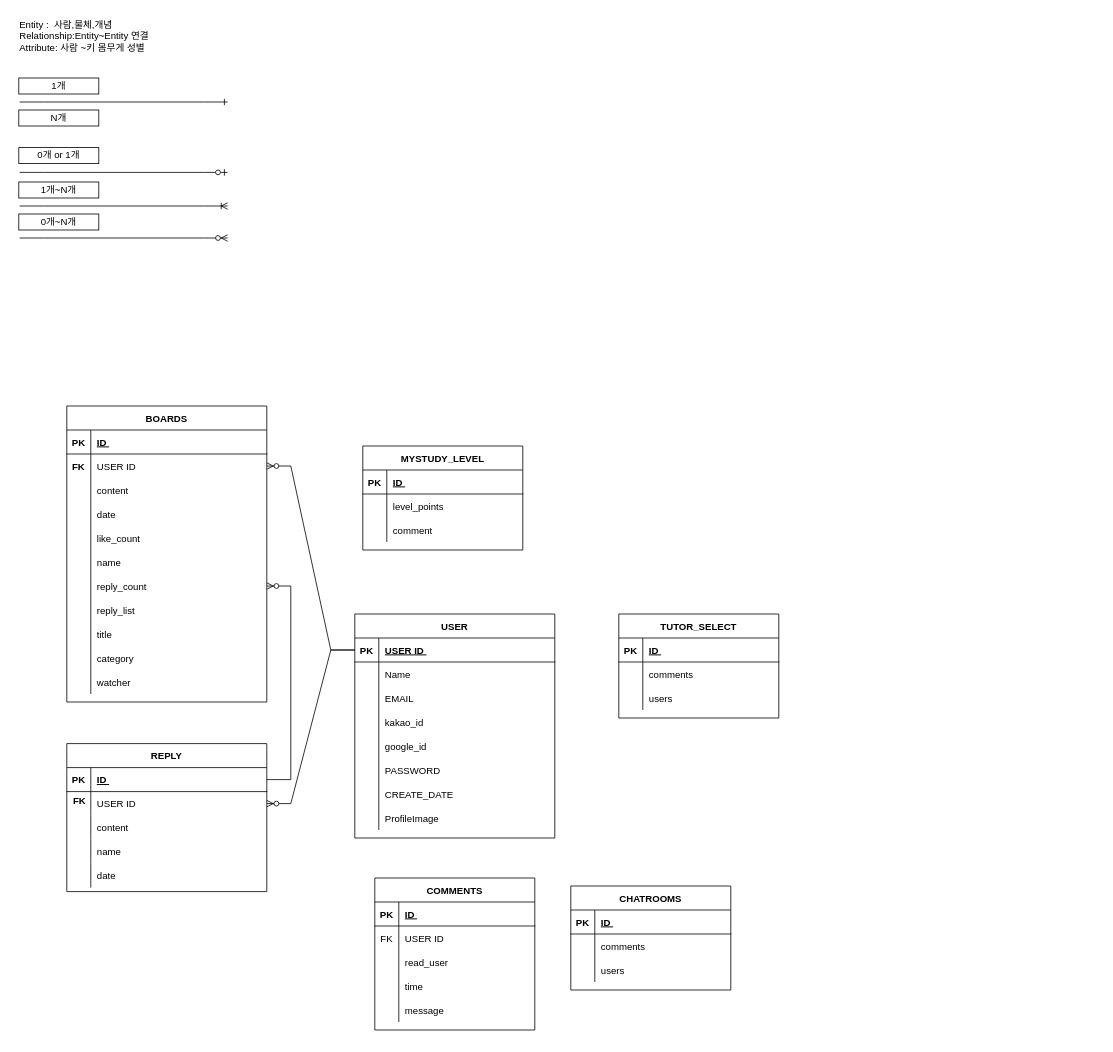
Above: 제목 없는 다이어그램.drawio in EUNHO5980/test (draw.io), before the change. Source tidied: cells renumbered, new cells numbered last; positions are measured from the earlier drawing's top-left corner, leaving out a move shared by most shapes. Both pictures are drawn from the tidied source at 80%, with x=0, y=0 at pixel (-758, 14).
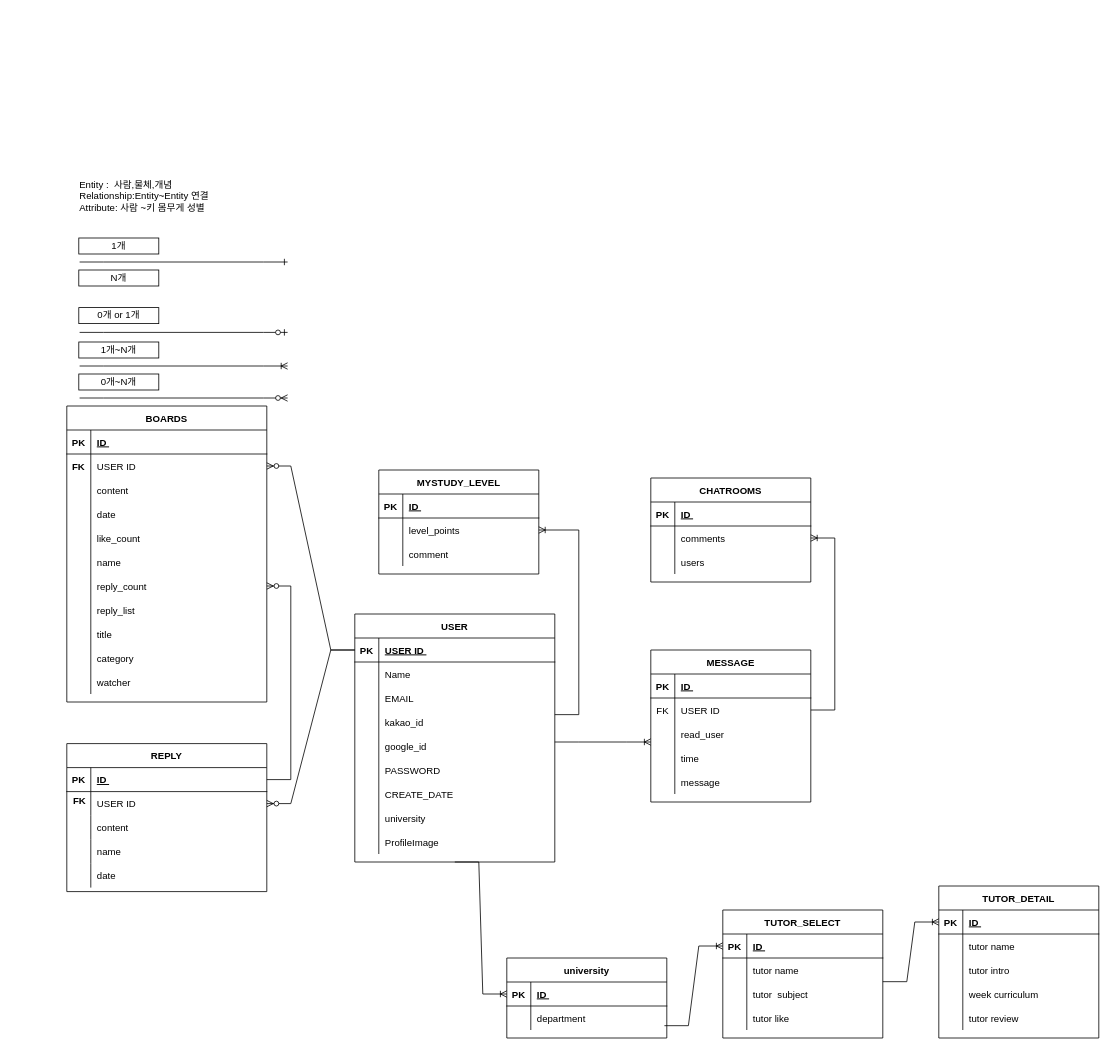
The same diagram, later.

Commit message:
제목 없는 다이어그램.drawio 업데이트

Unchanged cells that the change refers to:
```xml
<mxCell id="99" style="shape=partialRectangle;fillColor=none;points=[[0,0.5],[1,0.5]];portConstraint=eastwest;top=0;left=0;right=0;bottom=0;" parent="95" vertex="1">
  <mxGeometry y="60" width="200" height="30" as="geometry" />
</mxCell>
<mxCell id="109" style="shape=partialRectangle;fillColor=none;points=[[0,0.5],[1,0.5]];portConstraint=eastwest;top=0;left=0;right=0;bottom=0;" parent="105" vertex="1">
  <mxGeometry y="60" width="200" height="30" as="geometry" />
</mxCell>
<mxCell id="125" style="shape=partialRectangle;fillColor=none;points=[[0,0.5],[1,0.5]];portConstraint=eastwest;top=0;left=0;right=0;bottom=0;" parent="121" vertex="1">
  <mxGeometry y="60" width="200" height="30" as="geometry" />
</mxCell>
<mxCell id="132" style="shape=partialRectangle;fillColor=none;points=[[0,0.5],[1,0.5]];portConstraint=eastwest;top=0;left=0;right=0;bottom=1;" parent="131" vertex="1">
  <mxGeometry y="30" width="200" height="30" as="geometry" />
</mxCell>
<mxCell id="135" style="shape=partialRectangle;fillColor=none;top=0;left=0;right=0;bottom=0;" parent="131" vertex="1">
  <mxGeometry y="60" width="200" height="30" as="geometry" />
</mxCell>
```

Change to the diagram source:
```diff
@@
     <mxCell id="2" value="USER" style="shape=table;startSize=30;childLayout=tableLayout;rowLines=0;fontStyle=1;align=center;" parent="1" vertex="1">
-      <mxGeometry x="1390" y="750" width="250" height="280" as="geometry" />
+      <mxGeometry x="1390" y="750" width="250" height="310" as="geometry" />
     </mxCell>
@@
+    <mxCell id="141" style="shape=partialRectangle;fillColor=none;top=0;left=0;right=0;bottom=0;" parent="2" vertex="1">
+      <mxGeometry y="240" width="250" height="30" as="geometry" />
+    </mxCell>
+    <mxCell id="142" style="shape=partialRectangle;overflow=hidden;fillColor=none;top=0;left=0;bottom=0;right=0;" parent="141" vertex="1">
+      <mxGeometry width="30" height="30" as="geometry" />
+    </mxCell>
+    <mxCell id="143" value="university" style="shape=partialRectangle;overflow=hidden;fillColor=none;top=0;left=0;bottom=0;right=0;align=left;spacingLeft=6;" parent="141" vertex="1">
+      <mxGeometry x="30" width="220" height="30" as="geometry" />
+    </mxCell>
     <mxCell id="24" style="shape=partialRectangle;fillColor=none;top=0;left=0;right=0;bottom=0;" parent="2" vertex="1">
-      <mxGeometry y="240" width="250" height="30" as="geometry" />
+      <mxGeometry y="270" width="250" height="30" as="geometry" />
     </mxCell>
@@
     <mxCell id="27" style="edgeStyle=entityRelationEdgeStyle;fontSize=12;html=1;endArrow=ERone;endFill=1;rounded=0;" parent="1" edge="1">
       <mxGeometry relative="1" as="geometry">
-        <mxPoint x="971" y="110" as="sourcePoint" />
-        <mxPoint x="1231" y="110" as="targetPoint" />
+        <mxPoint x="1046" y="310" as="sourcePoint" />
+        <mxPoint x="1306" y="310" as="targetPoint" />
       </mxGeometry>
     </mxCell>
     <mxCell id="28" style="edgeStyle=entityRelationEdgeStyle;fontSize=12;html=1;endArrow=ERoneToMany;rounded=0;" parent="1" edge="1">
       <mxGeometry relative="1" as="geometry">
-        <mxPoint x="971" y="240" as="sourcePoint" />
-        <mxPoint x="1231" y="240" as="targetPoint" />
+        <mxPoint x="1046" y="440" as="sourcePoint" />
+        <mxPoint x="1306" y="440" as="targetPoint" />
       </mxGeometry>
     </mxCell>
     <mxCell id="29" style="edgeStyle=entityRelationEdgeStyle;fontSize=12;html=1;endArrow=ERzeroToMany;endFill=1;rounded=0;" parent="1" edge="1">
       <mxGeometry relative="1" as="geometry">
-        <mxPoint x="971" y="280" as="sourcePoint" />
-        <mxPoint x="1231" y="280" as="targetPoint" />
+        <mxPoint x="1046" y="480" as="sourcePoint" />
+        <mxPoint x="1306" y="480" as="targetPoint" />
       </mxGeometry>
     </mxCell>
     <mxCell id="30" style="edgeStyle=entityRelationEdgeStyle;fontSize=12;html=1;endArrow=ERzeroToOne;endFill=1;rounded=0;" parent="1" edge="1">
       <mxGeometry relative="1" as="geometry">
-        <mxPoint x="971" y="198" as="sourcePoint" />
-        <mxPoint x="1231" y="198" as="targetPoint" />
+        <mxPoint x="1046" y="398" as="sourcePoint" />
+        <mxPoint x="1306" y="398" as="targetPoint" />
       </mxGeometry>
     </mxCell>
     <mxCell id="31" value="1개&lt;br&gt;" style="whiteSpace=wrap;html=1;align=center;" parent="1" vertex="1">
-      <mxGeometry x="970" y="80" width="100" height="20" as="geometry" />
+      <mxGeometry x="1045" y="280" width="100" height="20" as="geometry" />
     </mxCell>
     <mxCell id="32" value="0개 or 1개" style="whiteSpace=wrap;html=1;align=center;" parent="1" vertex="1">
-      <mxGeometry x="970" y="167" width="100" height="20" as="geometry" />
+      <mxGeometry x="1045" y="367" width="100" height="20" as="geometry" />
     </mxCell>
     <mxCell id="33" value="N개" style="whiteSpace=wrap;html=1;align=center;" parent="1" vertex="1">
-      <mxGeometry x="970" y="120" width="100" height="20" as="geometry" />
+      <mxGeometry x="1045" y="320" width="100" height="20" as="geometry" />
     </mxCell>
     <mxCell id="34" value="1개~N개" style="whiteSpace=wrap;html=1;align=center;" parent="1" vertex="1">
-      <mxGeometry x="970" y="210" width="100" height="20" as="geometry" />
+      <mxGeometry x="1045" y="410" width="100" height="20" as="geometry" />
     </mxCell>
     <mxCell id="35" value="0개~N개" style="whiteSpace=wrap;html=1;align=center;" parent="1" vertex="1">
-      <mxGeometry x="970" y="250" width="100" height="20" as="geometry" />
+      <mxGeometry x="1045" y="450" width="100" height="20" as="geometry" />
     </mxCell>
     <mxCell id="36" value="&lt;div style=&quot;text-align: left;&quot;&gt;&lt;span style=&quot;background-color: initial; text-align: left;&quot;&gt;Entity :&amp;nbsp; 사람,물체,개념 Relationship:Entity~Entity 연결 Attribute: 사람 ~키 몸무게 성별&lt;/span&gt;&lt;/div&gt;&lt;div title=&quot;Page 1&quot; class=&quot;page&quot;&gt;&lt;span style=&quot;white-space: pre;&quot;&gt;&amp;nbsp;&amp;nbsp;&amp;nbsp;&amp;nbsp;&lt;/span&gt;&lt;span style=&quot;white-space: pre;&quot;&gt;&amp;nbsp;&lt;/span&gt;&lt;/div&gt;" style="whiteSpace=wrap;html=1;align=center;strokeColor=none;" parent="1" vertex="1">
-      <mxGeometry x="970" width="180" height="70" as="geometry" />
+      <mxGeometry x="1045" y="200" width="180" height="70" as="geometry" />
     </mxCell>
@@
     <mxCell id="95" value="CHATROOMS" style="shape=table;startSize=30;childLayout=tableLayout;rowLines=0;fontStyle=1;align=center;" parent="1" vertex="1">
-      <mxGeometry x="1660" y="1090" width="200" height="130" as="geometry" />
+      <mxGeometry x="1760" y="580" width="200" height="130" as="geometry" />
     </mxCell>
@@
-    <mxCell id="105" value="COMMENTS" style="shape=table;startSize=30;childLayout=tableLayout;rowLines=0;fontStyle=1;align=center;" parent="1" vertex="1">
-      <mxGeometry x="1415" y="1080" width="200" height="190" as="geometry" />
+    <mxCell id="105" value="MESSAGE" style="shape=table;startSize=30;childLayout=tableLayout;rowLines=0;fontStyle=1;align=center;" parent="1" vertex="1">
+      <mxGeometry x="1760" y="795" width="200" height="190" as="geometry" />
     </mxCell>
@@
     <mxCell id="121" value="MYSTUDY_LEVEL" style="shape=table;startSize=30;childLayout=tableLayout;rowLines=0;fontStyle=1;align=center;" parent="1" vertex="1">
-      <mxGeometry x="1400" y="540" width="200" height="130" as="geometry" />
+      <mxGeometry x="1420" y="570" width="200" height="130" as="geometry" />
     </mxCell>
@@
     <mxCell id="131" value="TUTOR_SELECT" style="shape=table;startSize=30;childLayout=tableLayout;rowLines=0;fontStyle=1;align=center;" parent="1" vertex="1">
-      <mxGeometry x="1720" y="750" width="200" height="130" as="geometry" />
+      <mxGeometry x="1850" y="1120" width="200" height="160" as="geometry" />
     </mxCell>
@@
-    <mxCell id="137" value="comments" style="shape=partialRectangle;overflow=hidden;fillColor=none;top=0;left=0;bottom=0;right=0;align=left;spacingLeft=6;" parent="135" vertex="1">
+    <mxCell id="137" value="tutor name" style="shape=partialRectangle;overflow=hidden;fillColor=none;top=0;left=0;bottom=0;right=0;align=left;spacingLeft=6;" parent="135" vertex="1">
       <mxGeometry x="30" width="170" height="30" as="geometry" />
     </mxCell>
+    <mxCell id="144" style="shape=partialRectangle;fillColor=none;top=0;left=0;right=0;bottom=0;" parent="131" vertex="1">
+      <mxGeometry y="90" width="200" height="30" as="geometry" />
+    </mxCell>
+    <mxCell id="145" style="shape=partialRectangle;overflow=hidden;fillColor=none;top=0;left=0;bottom=0;right=0;" parent="144" vertex="1">
+      <mxGeometry width="30" height="30" as="geometry" />
+    </mxCell>
+    <mxCell id="146" value="tutor  subject" style="shape=partialRectangle;overflow=hidden;fillColor=none;top=0;left=0;bottom=0;right=0;align=left;spacingLeft=6;" parent="144" vertex="1">
+      <mxGeometry x="30" width="170" height="30" as="geometry" />
+    </mxCell>
     <mxCell id="138" style="shape=partialRectangle;fillColor=none;top=0;left=0;right=0;bottom=0;" parent="131" vertex="1">
-      <mxGeometry y="90" width="200" height="30" as="geometry" />
+      <mxGeometry y="120" width="200" height="30" as="geometry" />
     </mxCell>
@@
-    <mxCell id="140" value="users" style="shape=partialRectangle;overflow=hidden;fillColor=none;top=0;left=0;bottom=0;right=0;align=left;spacingLeft=6;" parent="138" vertex="1">
+    <mxCell id="140" value="tutor like" style="shape=partialRectangle;overflow=hidden;fillColor=none;top=0;left=0;bottom=0;right=0;align=left;spacingLeft=6;" parent="138" vertex="1">
       <mxGeometry x="30" width="170" height="30" as="geometry" />
     </mxCell>
+    <mxCell id="147" value="TUTOR_DETAIL" style="shape=table;startSize=30;childLayout=tableLayout;rowLines=0;fontStyle=1;align=center;" parent="1" vertex="1">
+      <mxGeometry x="2120" y="1090" width="200" height="190" as="geometry" />
+    </mxCell>
+    <mxCell id="148" style="shape=partialRectangle;fillColor=none;points=[[0,0.5],[1,0.5]];portConstraint=eastwest;top=0;left=0;right=0;bottom=1;" parent="147" vertex="1">
+      <mxGeometry y="30" width="200" height="30" as="geometry" />
+    </mxCell>
+    <mxCell id="149" value="PK" style="shape=partialRectangle;overflow=hidden;fillColor=none;top=0;left=0;bottom=0;right=0;fontStyle=1;" parent="148" vertex="1">
+      <mxGeometry width="30" height="30" as="geometry" />
+    </mxCell>
+    <mxCell id="150" value="ID " style="shape=partialRectangle;overflow=hidden;fillColor=none;top=0;left=0;bottom=0;right=0;align=left;spacingLeft=6;fontStyle=5;" parent="148" vertex="1">
+      <mxGeometry x="30" width="170" height="30" as="geometry" />
+    </mxCell>
+    <mxCell id="151" style="shape=partialRectangle;fillColor=none;top=0;left=0;right=0;bottom=0;" parent="147" vertex="1">
+      <mxGeometry y="60" width="200" height="30" as="geometry" />
+    </mxCell>
+    <mxCell id="152" style="shape=partialRectangle;overflow=hidden;fillColor=none;top=0;left=0;bottom=0;right=0;" parent="151" vertex="1">
+      <mxGeometry width="30" height="30" as="geometry" />
+    </mxCell>
+    <mxCell id="153" value="tutor name" style="shape=partialRectangle;overflow=hidden;fillColor=none;top=0;left=0;bottom=0;right=0;align=left;spacingLeft=6;" parent="151" vertex="1">
+      <mxGeometry x="30" width="170" height="30" as="geometry" />
+    </mxCell>
+    <mxCell id="154" style="shape=partialRectangle;fillColor=none;top=0;left=0;right=0;bottom=0;" parent="147" vertex="1">
+      <mxGeometry y="90" width="200" height="30" as="geometry" />
+    </mxCell>
+    <mxCell id="155" style="shape=partialRectangle;overflow=hidden;fillColor=none;top=0;left=0;bottom=0;right=0;" parent="154" vertex="1">
+      <mxGeometry width="30" height="30" as="geometry" />
+    </mxCell>
+    <mxCell id="156" value="tutor intro" style="shape=partialRectangle;overflow=hidden;fillColor=none;top=0;left=0;bottom=0;right=0;align=left;spacingLeft=6;" parent="154" vertex="1">
+      <mxGeometry x="30" width="170" height="30" as="geometry" />
+    </mxCell>
+    <mxCell id="157" style="shape=partialRectangle;fillColor=none;top=0;left=0;right=0;bottom=0;" parent="147" vertex="1">
+      <mxGeometry y="120" width="200" height="30" as="geometry" />
+    </mxCell>
+    <mxCell id="158" style="shape=partialRectangle;overflow=hidden;fillColor=none;top=0;left=0;bottom=0;right=0;" parent="157" vertex="1">
+      <mxGeometry width="30" height="30" as="geometry" />
+    </mxCell>
+    <mxCell id="159" value="week curriculum" style="shape=partialRectangle;overflow=hidden;fillColor=none;top=0;left=0;bottom=0;right=0;align=left;spacingLeft=6;" parent="157" vertex="1">
+      <mxGeometry x="30" width="170" height="30" as="geometry" />
+    </mxCell>
+    <mxCell id="160" style="shape=partialRectangle;fillColor=none;top=0;left=0;right=0;bottom=0;" parent="147" vertex="1">
+      <mxGeometry y="150" width="200" height="30" as="geometry" />
+    </mxCell>
+    <mxCell id="161" style="shape=partialRectangle;overflow=hidden;fillColor=none;top=0;left=0;bottom=0;right=0;" parent="160" vertex="1">
+      <mxGeometry width="30" height="30" as="geometry" />
+    </mxCell>
+    <mxCell id="162" value="tutor review" style="shape=partialRectangle;overflow=hidden;fillColor=none;top=0;left=0;bottom=0;right=0;align=left;spacingLeft=6;" parent="160" vertex="1">
+      <mxGeometry x="30" width="170" height="30" as="geometry" />
+    </mxCell>
+    <mxCell id="163" style="edgeStyle=entityRelationEdgeStyle;fontSize=12;html=1;endArrow=ERoneToMany;rounded=0;" parent="1" edge="1">
+      <mxGeometry relative="1" as="geometry">
+        <mxPoint x="1640" y="910" as="sourcePoint" />
+        <mxPoint x="1760" y="910" as="targetPoint" />
+      </mxGeometry>
+    </mxCell>
+    <mxCell id="164" value="university" style="shape=table;startSize=30;childLayout=tableLayout;rowLines=0;fontStyle=1;align=center;" parent="1" vertex="1">
+      <mxGeometry x="1580" y="1180" width="200" height="100" as="geometry" />
+    </mxCell>
+    <mxCell id="165" style="shape=partialRectangle;fillColor=none;points=[[0,0.5],[1,0.5]];portConstraint=eastwest;top=0;left=0;right=0;bottom=1;" parent="164" vertex="1">
+      <mxGeometry y="30" width="200" height="30" as="geometry" />
+    </mxCell>
+    <mxCell id="166" value="PK" style="shape=partialRectangle;overflow=hidden;fillColor=none;top=0;left=0;bottom=0;right=0;fontStyle=1;" parent="165" vertex="1">
+      <mxGeometry width="30" height="30" as="geometry" />
+    </mxCell>
+    <mxCell id="167" value="ID " style="shape=partialRectangle;overflow=hidden;fillColor=none;top=0;left=0;bottom=0;right=0;align=left;spacingLeft=6;fontStyle=5;" parent="165" vertex="1">
+      <mxGeometry x="30" width="170" height="30" as="geometry" />
+    </mxCell>
+    <mxCell id="168" style="shape=partialRectangle;fillColor=none;top=0;left=0;right=0;bottom=0;" parent="164" vertex="1">
+      <mxGeometry y="60" width="200" height="30" as="geometry" />
+    </mxCell>
+    <mxCell id="169" style="shape=partialRectangle;overflow=hidden;fillColor=none;top=0;left=0;bottom=0;right=0;" parent="168" vertex="1">
+      <mxGeometry width="30" height="30" as="geometry" />
+    </mxCell>
+    <mxCell id="170" value="department" style="shape=partialRectangle;overflow=hidden;fillColor=none;top=0;left=0;bottom=0;right=0;align=left;spacingLeft=6;" parent="168" vertex="1">
+      <mxGeometry x="30" width="170" height="30" as="geometry" />
+    </mxCell>
+    <mxCell id="171" style="edgeStyle=entityRelationEdgeStyle;fontSize=12;html=1;endArrow=ERoneToMany;rounded=0;exitX=0.5;exitY=1;exitDx=0;exitDy=0;entryX=0;entryY=0.5;entryDx=0;entryDy=0;" parent="1" edge="1" source="2" target="165">
+      <mxGeometry relative="1" as="geometry" />
+    </mxCell>
+    <mxCell id="172" style="edgeStyle=entityRelationEdgeStyle;fontSize=12;html=1;endArrow=ERoneToMany;rounded=0;exitX=0.5;exitY=1;exitDx=0;exitDy=0;entryX=0;entryY=0.5;entryDx=0;entryDy=0;" parent="1" edge="1" target="132">
+      <mxGeometry relative="1" as="geometry">
+        <mxPoint x="1777" y="1264.6" as="sourcePoint" />
+        <Array as="points">
+          <mxPoint x="2232" y="1634.6" />
+          <mxPoint x="1887" y="1174.6" />
+          <mxPoint x="1860" y="1164.6" />
+          <mxPoint x="1877" y="1164.6" />
+        </Array>
+      </mxGeometry>
+    </mxCell>
+    <mxCell id="173" style="edgeStyle=entityRelationEdgeStyle;fontSize=12;html=1;endArrow=ERoneToMany;rounded=0;entryX=1;entryY=0.5;entryDx=0;entryDy=0;exitX=1;exitY=0.5;exitDx=0;exitDy=0;" parent="1" edge="1" source="109" target="99">
+      <mxGeometry relative="1" as="geometry" />
+    </mxCell>
+    <mxCell id="174" style="edgeStyle=entityRelationEdgeStyle;fontSize=12;html=1;endArrow=ERoneToMany;rounded=0;exitX=1.018;exitY=0.861;exitDx=0;exitDy=0;exitPerimeter=0;entryX=1;entryY=0.5;entryDx=0;entryDy=0;" parent="1" edge="1" target="125">
+      <mxGeometry relative="1" as="geometry">
+        <mxPoint x="1640" y="875.8" as="sourcePoint" />
+        <Array as="points">
+          <mxPoint x="1805.5" y="820" />
+          <mxPoint x="1685.5" y="835" />
+          <mxPoint x="1835.5" y="870" />
+          <mxPoint x="1745.5" y="795" />
+        </Array>
+      </mxGeometry>
+    </mxCell>
+    <mxCell id="175" style="edgeStyle=entityRelationEdgeStyle;fontSize=12;html=1;endArrow=ERoneToMany;rounded=0;exitX=0.5;exitY=1;exitDx=0;exitDy=0;entryX=0;entryY=0.5;entryDx=0;entryDy=0;" parent="1" edge="1" target="148">
+      <mxGeometry relative="1" as="geometry">
+        <mxPoint x="2050" y="1209.6" as="sourcePoint" />
+        <Array as="points">
+          <mxPoint x="2505" y="1579.6" />
+          <mxPoint x="2160" y="1119.6" />
+          <mxPoint x="2133" y="1109.6" />
+          <mxPoint x="2150" y="1109.6" />
+        </Array>
+      </mxGeometry>
+    </mxCell>
```
